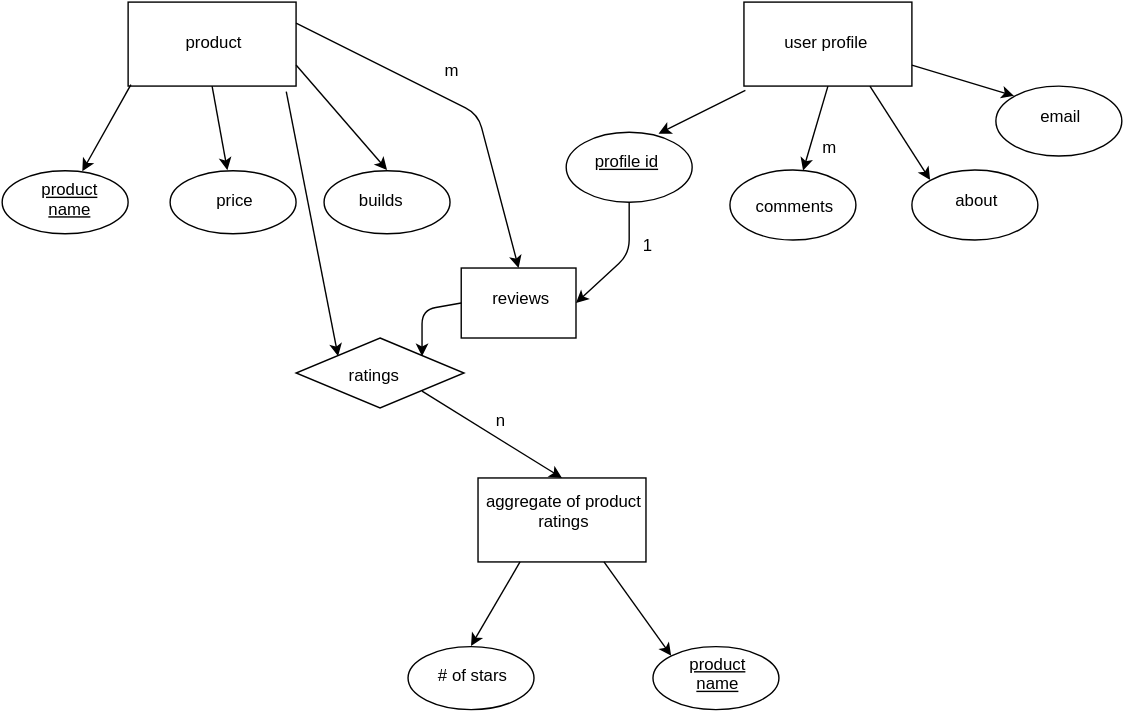
This is pcpartpickerdotcom.svg from elainethomas/pcpartpickerdotcom, a draw.io export, as it was before one commit. Source tidied: cells renumbered, new cells last; positions are measured from the earlier drawing's top-left corner, leaving out a move shared by most shapes. Source of this version:
```xml
<mxGraphModel background="#ffffff">
  <root>
    <mxCell id="0" />
    <mxCell id="1" parent="0" />
    <mxCell id="2" style="whiteSpace=wrap;html=1;" parent="1" vertex="1">
      <mxGeometry x="90" width="120" height="60" as="geometry" />
    </mxCell>
    <mxCell id="3" style="whiteSpace=wrap;html=1;" parent="1" vertex="1">
      <mxGeometry x="530" width="120" height="60" as="geometry" />
    </mxCell>
    <mxCell id="4" style="ellipse;whiteSpace=wrap;html=1;" parent="1" vertex="1">
      <mxGeometry y="120" width="90" height="45" as="geometry" />
    </mxCell>
    <mxCell id="5" style="ellipse;whiteSpace=wrap;html=1;" parent="1" vertex="1">
      <mxGeometry x="120" y="120" width="90" height="45" as="geometry" />
    </mxCell>
    <mxCell id="6" style="ellipse;whiteSpace=wrap;html=1;" parent="1" vertex="1">
      <mxGeometry x="230" y="120" width="90" height="45" as="geometry" />
    </mxCell>
    <mxCell id="7" style="ellipse;whiteSpace=wrap;html=1;" parent="1" vertex="1">
      <mxGeometry x="403" y="93" width="90" height="50" as="geometry" />
    </mxCell>
    <mxCell id="8" style="ellipse;whiteSpace=wrap;html=1;" parent="1" vertex="1">
      <mxGeometry x="650" y="120" width="90" height="50" as="geometry" />
    </mxCell>
    <mxCell id="9" style="ellipse;whiteSpace=wrap;html=1;" parent="1" vertex="1">
      <mxGeometry x="710" y="60" width="90" height="50" as="geometry" />
    </mxCell>
    <mxCell id="10" style="ellipse;whiteSpace=wrap;html=1;" parent="1" vertex="1">
      <mxGeometry x="520" y="120" width="90" height="50" as="geometry" />
    </mxCell>
    <mxCell id="11" style="rhombus;whiteSpace=wrap;html=1;" parent="1" vertex="1">
      <mxGeometry x="210" y="240" width="120" height="50" as="geometry" />
    </mxCell>
    <mxCell id="12" style="whiteSpace=wrap;html=1;" parent="1" vertex="1">
      <mxGeometry x="340" y="340" width="120" height="60" as="geometry" />
    </mxCell>
    <mxCell id="13" style="ellipse;whiteSpace=wrap;html=1;" parent="1" vertex="1">
      <mxGeometry x="290" y="460" width="90" height="45" as="geometry" />
    </mxCell>
    <mxCell id="14" style="ellipse;whiteSpace=wrap;html=1;" parent="1" vertex="1">
      <mxGeometry x="465" y="460" width="90" height="45" as="geometry" />
    </mxCell>
    <mxCell id="15" style="endArrow=classic;html=1;exitX=0.017;exitY=0.983;exitPerimeter=0;" parent="1" edge="1" source="2" target="4">
      <mxGeometry relative="1" as="geometry" />
    </mxCell>
    <mxCell id="16" style="endArrow=classic;html=1;exitX=0.5;exitY=1;" parent="1" edge="1" source="2" target="5">
      <mxGeometry relative="1" as="geometry" />
    </mxCell>
    <mxCell id="17" style="endArrow=classic;html=1;entryX=0;entryY=0;exitX=0.942;exitY=1.067;exitPerimeter=0;" parent="1" edge="1" source="2" target="11">
      <mxGeometry relative="1" as="geometry" />
    </mxCell>
    <mxCell id="18" style="endArrow=classic;html=1;entryX=0.5;entryY=0;exitX=1;exitY=0.75;" parent="1" edge="1" source="2" target="6">
      <mxGeometry relative="1" as="geometry" />
    </mxCell>
    <mxCell id="19" style="endArrow=classic;html=1;entryX=0.5;entryY=0;exitX=1;exitY=1;" parent="1" edge="1" source="11" target="12">
      <mxGeometry relative="1" as="geometry" />
    </mxCell>
    <mxCell id="20" style="endArrow=classic;html=1;entryX=0.733;entryY=0.02;entryPerimeter=0;exitX=0.008;exitY=1.05;exitPerimeter=0;" parent="1" edge="1" source="3" target="7">
      <mxGeometry relative="1" as="geometry" />
    </mxCell>
    <mxCell id="21" style="endArrow=classic;html=1;exitX=0.5;exitY=1;" parent="1" edge="1" source="3" target="10">
      <mxGeometry relative="1" as="geometry" />
    </mxCell>
    <mxCell id="22" style="endArrow=classic;html=1;exitX=0.75;exitY=1;entryX=0;entryY=0;" parent="1" edge="1" source="3" target="8">
      <mxGeometry relative="1" as="geometry" />
    </mxCell>
    <mxCell id="23" style="endArrow=classic;html=1;exitX=1;exitY=0.75;entryX=0;entryY=0;" parent="1" edge="1" source="3" target="9">
      <mxGeometry relative="1" as="geometry" />
    </mxCell>
    <mxCell id="24" style="endArrow=classic;html=1;exitX=0.25;exitY=1;entryX=0.5;entryY=0;" parent="1" edge="1" source="12" target="13">
      <mxGeometry relative="1" as="geometry" />
    </mxCell>
    <mxCell id="25" style="endArrow=classic;html=1;exitX=0.75;exitY=1;entryX=0;entryY=0;" parent="1" edge="1" source="12" target="14">
      <mxGeometry relative="1" as="geometry" />
    </mxCell>
    <mxCell id="26" value="product" style="text;html=1;strokeColor=none;fillColor=none;align=center;verticalAlign=middle;whiteSpace=wrap;overflow=hidden;" parent="1" vertex="1">
      <mxGeometry x="100" y="10" width="100" height="40" as="geometry" />
    </mxCell>
    <mxCell id="27" value="user profile&lt;br&gt;" style="text;html=1;strokeColor=none;fillColor=none;align=center;verticalAlign=middle;whiteSpace=wrap;overflow=hidden;" parent="1" vertex="1">
      <mxGeometry x="535" y="10" width="105" height="40" as="geometry" />
    </mxCell>
    <mxCell id="28" value="&lt;u&gt;product&lt;br&gt;name&lt;br&gt;&lt;/u&gt;" style="text;html=1;strokeColor=none;fillColor=none;align=center;verticalAlign=middle;whiteSpace=wrap;overflow=hidden;" parent="1" vertex="1">
      <mxGeometry x="20" y="125" width="55" height="35" as="geometry" />
    </mxCell>
    <mxCell id="29" value="price" style="text;html=1;strokeColor=none;fillColor=none;align=center;verticalAlign=middle;whiteSpace=wrap;overflow=hidden;" parent="1" vertex="1">
      <mxGeometry x="130" y="125" width="70" height="35" as="geometry" />
    </mxCell>
    <mxCell id="30" value="builds" style="text;html=1;strokeColor=none;fillColor=none;align=center;verticalAlign=middle;whiteSpace=wrap;overflow=hidden;fontStyle=0;" parent="1" vertex="1">
      <mxGeometry x="240" y="125" width="60" height="35" as="geometry" />
    </mxCell>
    <mxCell id="31" style="whiteSpace=wrap;html=1;" parent="1" vertex="1">
      <mxGeometry x="328" y="190" width="82" height="50" as="geometry" />
    </mxCell>
    <mxCell id="32" value="reviews" style="text;html=1;strokeColor=none;fillColor=none;align=center;verticalAlign=middle;whiteSpace=wrap;overflow=hidden;" parent="1" vertex="1">
      <mxGeometry x="340" y="195" width="60" height="35" as="geometry" />
    </mxCell>
    <mxCell id="33" style="endArrow=classic;html=1;entryX=0.5;entryY=0;exitX=1;exitY=0.25;" parent="1" edge="1" source="2" target="31">
      <mxGeometry relative="1" as="geometry">
        <Array as="points">
          <mxPoint x="340" y="80" />
        </Array>
      </mxGeometry>
    </mxCell>
    <mxCell id="34" style="endArrow=classic;html=1;exitX=0.5;exitY=1;entryX=1;entryY=0.5;" parent="1" edge="1" source="7" target="31">
      <mxGeometry relative="1" as="geometry">
        <Array as="points">
          <mxPoint x="448" y="180" />
        </Array>
      </mxGeometry>
    </mxCell>
    <mxCell id="35" value="ratings" style="text;html=1;strokeColor=none;fillColor=none;align=center;verticalAlign=middle;whiteSpace=wrap;overflow=hidden;" parent="1" vertex="1">
      <mxGeometry x="240" y="255" width="50" height="25" as="geometry" />
    </mxCell>
    <mxCell id="36" value="aggregate of product&lt;br&gt;ratings&lt;br&gt;" style="text;html=1;strokeColor=none;fillColor=none;align=center;verticalAlign=middle;whiteSpace=wrap;overflow=hidden;" parent="1" vertex="1">
      <mxGeometry x="340" y="340" width="120" height="50" as="geometry" />
    </mxCell>
    <mxCell id="37" style="endArrow=classic;html=1;exitX=0;exitY=0.5;entryX=1;entryY=0;" parent="1" edge="1" source="31" target="11">
      <mxGeometry relative="1" as="geometry">
        <Array as="points">
          <mxPoint x="300" y="220" />
        </Array>
      </mxGeometry>
    </mxCell>
    <mxCell id="38" value="# of stars&lt;br&gt;" style="text;html=1;strokeColor=none;fillColor=none;align=center;verticalAlign=middle;whiteSpace=wrap;overflow=hidden;" parent="1" vertex="1">
      <mxGeometry x="300" y="463" width="70" height="37" as="geometry" />
    </mxCell>
    <mxCell id="39" value="product&lt;br&gt;name&lt;br&gt;" style="text;html=1;strokeColor=none;fillColor=none;align=center;verticalAlign=middle;whiteSpace=wrap;overflow=hidden;fontStyle=4;" parent="1" vertex="1">
      <mxGeometry x="470" y="462" width="80" height="38" as="geometry" />
    </mxCell>
    <mxCell id="40" value="profile id&lt;br&gt;" style="text;html=1;strokeColor=none;fillColor=none;align=center;verticalAlign=middle;whiteSpace=wrap;overflow=hidden;fontStyle=4;" parent="1" vertex="1">
      <mxGeometry x="410" y="105" width="70" height="20" as="geometry" />
    </mxCell>
    <mxCell id="41" value="n" style="text;html=1;strokeColor=none;fillColor=none;align=center;verticalAlign=middle;whiteSpace=wrap;overflow=hidden;" parent="1" vertex="1">
      <mxGeometry x="335" y="290" width="40" height="20" as="geometry" />
    </mxCell>
    <mxCell id="42" value="m" style="text;html=1;strokeColor=none;fillColor=none;align=center;verticalAlign=middle;whiteSpace=wrap;overflow=hidden;" parent="1" vertex="1">
      <mxGeometry x="300" y="40" width="40" height="20" as="geometry" />
    </mxCell>
    <mxCell id="43" value="1" style="text;html=1;strokeColor=none;fillColor=none;align=center;verticalAlign=middle;whiteSpace=wrap;overflow=hidden;" parent="1" vertex="1">
      <mxGeometry x="440" y="165" width="40" height="20" as="geometry" />
    </mxCell>
    <mxCell id="44" value="comments&lt;br&gt;" style="text;html=1;strokeColor=none;fillColor=none;align=center;verticalAlign=middle;whiteSpace=wrap;overflow=hidden;" parent="1" vertex="1">
      <mxGeometry x="530" y="133" width="70" height="27" as="geometry" />
    </mxCell>
    <mxCell id="45" value="about" style="text;html=1;strokeColor=none;fillColor=none;align=center;verticalAlign=middle;whiteSpace=wrap;overflow=hidden;" parent="1" vertex="1">
      <mxGeometry x="660" y="133" width="70" height="20" as="geometry" />
    </mxCell>
    <mxCell id="46" value="email" style="text;html=1;strokeColor=none;fillColor=none;align=center;verticalAlign=middle;whiteSpace=wrap;overflow=hidden;" parent="1" vertex="1">
      <mxGeometry x="730" y="65" width="50" height="35" as="geometry" />
    </mxCell>
    <mxCell id="47" value="m" style="text;html=1;strokeColor=none;fillColor=none;align=center;verticalAlign=middle;whiteSpace=wrap;overflow=hidden;" parent="1" vertex="1">
      <mxGeometry x="570" y="95" width="40" height="20" as="geometry" />
    </mxCell>
  </root>
</mxGraphModel>
```
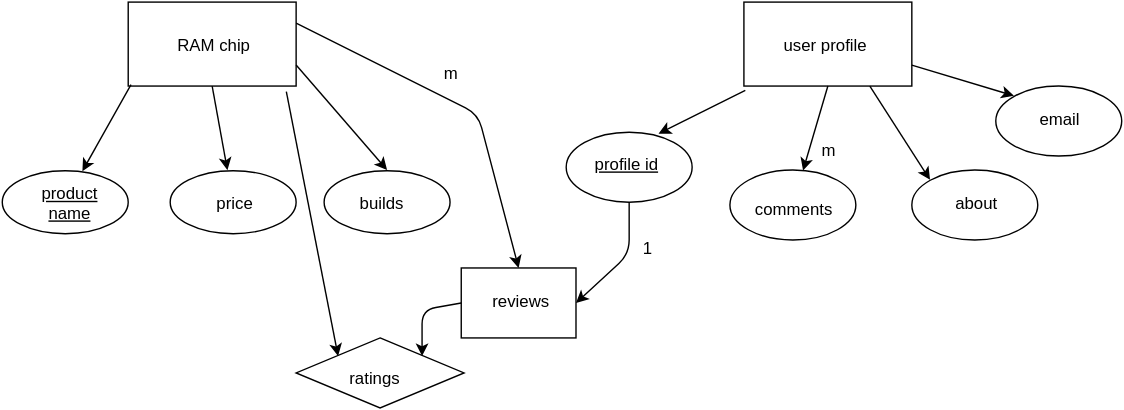
The same diagram one commit later.

Commit message:
updating index to fix text alignment

What changed in the source:
```diff
@@ -32,15 +32,6 @@
     <mxCell id="11" style="rhombus;whiteSpace=wrap;html=1;" parent="1" vertex="1">
       <mxGeometry x="210" y="240" width="120" height="50" as="geometry" />
     </mxCell>
-    <mxCell id="12" style="whiteSpace=wrap;html=1;" parent="1" vertex="1">
-      <mxGeometry x="340" y="340" width="120" height="60" as="geometry" />
-    </mxCell>
-    <mxCell id="13" style="ellipse;whiteSpace=wrap;html=1;" parent="1" vertex="1">
-      <mxGeometry x="290" y="460" width="90" height="45" as="geometry" />
-    </mxCell>
-    <mxCell id="14" style="ellipse;whiteSpace=wrap;html=1;" parent="1" vertex="1">
-      <mxGeometry x="465" y="460" width="90" height="45" as="geometry" />
-    </mxCell>
     <mxCell id="15" style="endArrow=classic;html=1;exitX=0.017;exitY=0.983;exitPerimeter=0;" parent="1" edge="1" source="2" target="4">
       <mxGeometry relative="1" as="geometry" />
     </mxCell>
@@ -53,9 +44,6 @@
     <mxCell id="18" style="endArrow=classic;html=1;entryX=0.5;entryY=0;exitX=1;exitY=0.75;" parent="1" edge="1" source="2" target="6">
       <mxGeometry relative="1" as="geometry" />
     </mxCell>
-    <mxCell id="19" style="endArrow=classic;html=1;entryX=0.5;entryY=0;exitX=1;exitY=1;" parent="1" edge="1" source="11" target="12">
-      <mxGeometry relative="1" as="geometry" />
-    </mxCell>
     <mxCell id="20" style="endArrow=classic;html=1;entryX=0.733;entryY=0.02;entryPerimeter=0;exitX=0.008;exitY=1.05;exitPerimeter=0;" parent="1" edge="1" source="3" target="7">
       <mxGeometry relative="1" as="geometry" />
     </mxCell>
@@ -68,13 +56,7 @@
     <mxCell id="23" style="endArrow=classic;html=1;exitX=1;exitY=0.75;entryX=0;entryY=0;" parent="1" edge="1" source="3" target="9">
       <mxGeometry relative="1" as="geometry" />
     </mxCell>
-    <mxCell id="24" style="endArrow=classic;html=1;exitX=0.25;exitY=1;entryX=0.5;entryY=0;" parent="1" edge="1" source="12" target="13">
-      <mxGeometry relative="1" as="geometry" />
-    </mxCell>
-    <mxCell id="25" style="endArrow=classic;html=1;exitX=0.75;exitY=1;entryX=0;entryY=0;" parent="1" edge="1" source="12" target="14">
-      <mxGeometry relative="1" as="geometry" />
-    </mxCell>
-    <mxCell id="26" value="product" style="text;html=1;strokeColor=none;fillColor=none;align=center;verticalAlign=middle;whiteSpace=wrap;overflow=hidden;" parent="1" vertex="1">
+    <mxCell id="26" value="RAM chip" style="text;html=1;strokeColor=none;fillColor=none;align=center;verticalAlign=middle;whiteSpace=wrap;overflow=hidden;" parent="1" vertex="1">
       <mxGeometry x="100" y="10" width="100" height="40" as="geometry" />
     </mxCell>
     <mxCell id="27" value="user profile&lt;br&gt;" style="text;html=1;strokeColor=none;fillColor=none;align=center;verticalAlign=middle;whiteSpace=wrap;overflow=hidden;" parent="1" vertex="1">
@@ -112,9 +94,6 @@
     <mxCell id="35" value="ratings" style="text;html=1;strokeColor=none;fillColor=none;align=center;verticalAlign=middle;whiteSpace=wrap;overflow=hidden;" parent="1" vertex="1">
       <mxGeometry x="240" y="255" width="50" height="25" as="geometry" />
     </mxCell>
-    <mxCell id="36" value="aggregate of product&lt;br&gt;ratings&lt;br&gt;" style="text;html=1;strokeColor=none;fillColor=none;align=center;verticalAlign=middle;whiteSpace=wrap;overflow=hidden;" parent="1" vertex="1">
-      <mxGeometry x="340" y="340" width="120" height="50" as="geometry" />
-    </mxCell>
     <mxCell id="37" style="endArrow=classic;html=1;exitX=0;exitY=0.5;entryX=1;entryY=0;" parent="1" edge="1" source="31" target="11">
       <mxGeometry relative="1" as="geometry">
         <Array as="points">
@@ -122,18 +101,9 @@
         </Array>
       </mxGeometry>
     </mxCell>
-    <mxCell id="38" value="# of stars&lt;br&gt;" style="text;html=1;strokeColor=none;fillColor=none;align=center;verticalAlign=middle;whiteSpace=wrap;overflow=hidden;" parent="1" vertex="1">
-      <mxGeometry x="300" y="463" width="70" height="37" as="geometry" />
-    </mxCell>
-    <mxCell id="39" value="product&lt;br&gt;name&lt;br&gt;" style="text;html=1;strokeColor=none;fillColor=none;align=center;verticalAlign=middle;whiteSpace=wrap;overflow=hidden;fontStyle=4;" parent="1" vertex="1">
-      <mxGeometry x="470" y="462" width="80" height="38" as="geometry" />
-    </mxCell>
     <mxCell id="40" value="profile id&lt;br&gt;" style="text;html=1;strokeColor=none;fillColor=none;align=center;verticalAlign=middle;whiteSpace=wrap;overflow=hidden;fontStyle=4;" parent="1" vertex="1">
       <mxGeometry x="410" y="105" width="70" height="20" as="geometry" />
     </mxCell>
-    <mxCell id="41" value="n" style="text;html=1;strokeColor=none;fillColor=none;align=center;verticalAlign=middle;whiteSpace=wrap;overflow=hidden;" parent="1" vertex="1">
-      <mxGeometry x="335" y="290" width="40" height="20" as="geometry" />
-    </mxCell>
     <mxCell id="42" value="m" style="text;html=1;strokeColor=none;fillColor=none;align=center;verticalAlign=middle;whiteSpace=wrap;overflow=hidden;" parent="1" vertex="1">
       <mxGeometry x="300" y="40" width="40" height="20" as="geometry" />
     </mxCell>
```
